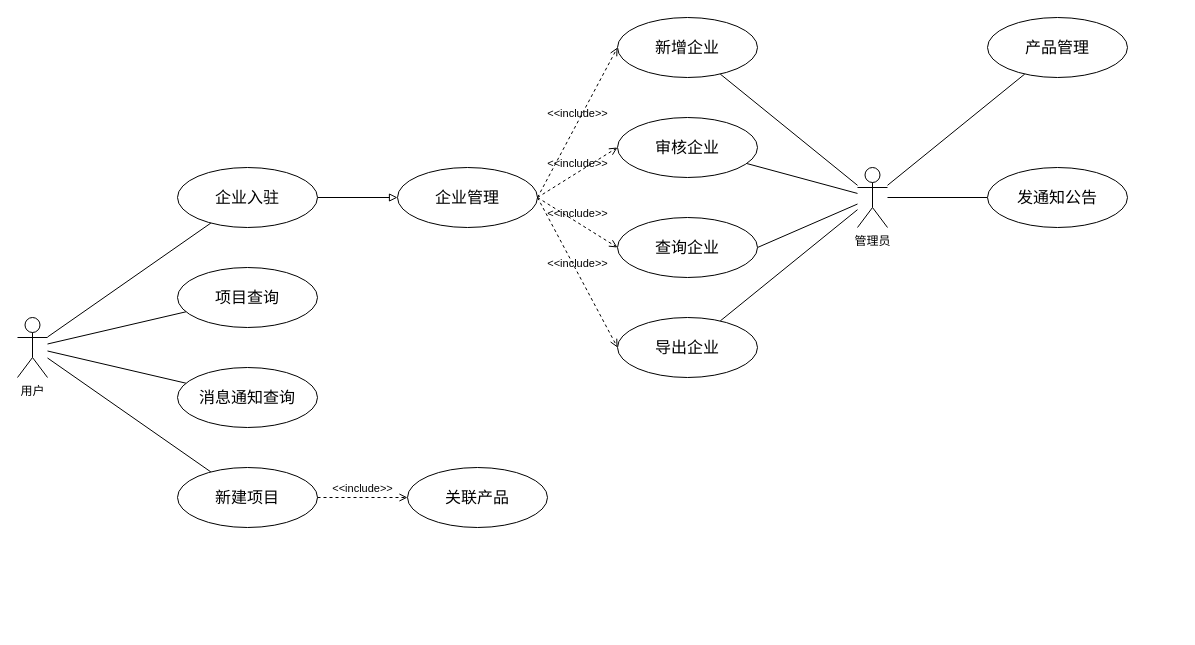
Qunz/drawio keeps this draw.io diagram as page "用例图" (2 of 3) of others/产品中心.drawio. Above is the earlier version. Source tidied: cells renumbered, new cells numbered last; positions are measured from the earlier drawing's top-left corner, leaving out a move shared by most shapes. Both pictures are drawn from the tidied source at 100%, with x=0, y=0 at pixel (17, 17).
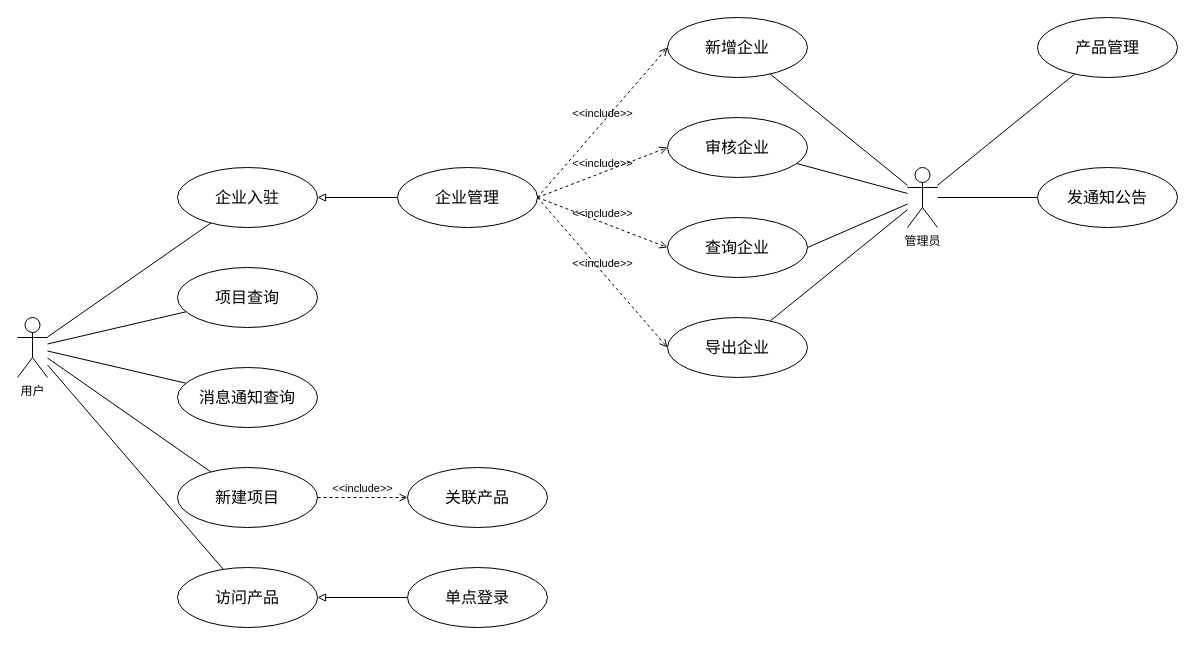
Above is the later version.

The change refers to these unchanged cells:
```xml
<mxCell id="3" value="企业入驻" style="ellipse;whiteSpace=wrap;html=1;fontSize=16;" parent="1" vertex="1">
  <mxGeometry x="160" y="150" width="140" height="60" as="geometry" />
</mxCell>
<mxCell id="8" value="用户" style="shape=umlActor;verticalLabelPosition=bottom;verticalAlign=top;html=1;" parent="1" vertex="1">
  <mxGeometry y="300" width="30" height="60" as="geometry" />
</mxCell>
<mxCell id="16" value="企业管理" style="ellipse;whiteSpace=wrap;html=1;fontSize=16;" parent="1" vertex="1">
  <mxGeometry x="380" y="150" width="140" height="60" as="geometry" />
</mxCell>
```

The edit, as a diff of the source:
```diff
@@
-    <mxCell id="2" style="edgeStyle=orthogonalEdgeStyle;rounded=0;jettySize=auto;html=1;endArrow=block;endFill=0;" parent="1" edge="1" source="3" target="16">
+    <mxCell id="2" style="edgeStyle=orthogonalEdgeStyle;rounded=0;jettySize=auto;html=1;endArrow=block;endFill=0;" parent="1" edge="1" source="16" target="3">
       <mxGeometry relative="1" as="geometry" />
     </mxCell>
@@
+    <mxCell id="32" style="rounded=0;jettySize=auto;html=1;endArrow=none;endFill=0;" parent="1" edge="1" source="8" target="33">
+      <mxGeometry relative="1" as="geometry" />
+    </mxCell>
@@
     <mxCell id="15" value="管理员" style="shape=umlActor;verticalLabelPosition=bottom;verticalAlign=top;html=1;" parent="1" vertex="1">
-      <mxGeometry x="840" y="150" width="30" height="60" as="geometry" />
+      <mxGeometry x="890" y="150" width="30" height="60" as="geometry" />
     </mxCell>
@@
     <mxCell id="17" value="新增企业" style="ellipse;whiteSpace=wrap;html=1;fontSize=16;" parent="1" vertex="1">
-      <mxGeometry x="600" width="140" height="60" as="geometry" />
+      <mxGeometry x="650" width="140" height="60" as="geometry" />
     </mxCell>
     <mxCell id="18" value="审核企业" style="ellipse;whiteSpace=wrap;html=1;fontSize=16;" parent="1" vertex="1">
-      <mxGeometry x="600" y="100" width="140" height="60" as="geometry" />
+      <mxGeometry x="650" y="100" width="140" height="60" as="geometry" />
     </mxCell>
     <mxCell id="19" value="查询企业" style="ellipse;whiteSpace=wrap;html=1;fontSize=16;" parent="1" vertex="1">
-      <mxGeometry x="600" y="200" width="140" height="60" as="geometry" />
+      <mxGeometry x="650" y="200" width="140" height="60" as="geometry" />
     </mxCell>
     <mxCell id="20" value="导出企业" style="ellipse;whiteSpace=wrap;html=1;fontSize=16;" parent="1" vertex="1">
-      <mxGeometry x="600" y="300" width="140" height="60" as="geometry" />
+      <mxGeometry x="650" y="300" width="140" height="60" as="geometry" />
     </mxCell>
@@
     <mxCell id="28" value="产品管理" style="ellipse;whiteSpace=wrap;html=1;fontSize=16;" parent="1" vertex="1">
-      <mxGeometry x="970" width="140" height="60" as="geometry" />
+      <mxGeometry x="1020" width="140" height="60" as="geometry" />
     </mxCell>
     <mxCell id="29" value="发通知公告" style="ellipse;whiteSpace=wrap;html=1;fontSize=16;" parent="1" vertex="1">
-      <mxGeometry x="970" y="150" width="140" height="60" as="geometry" />
+      <mxGeometry x="1020" y="150" width="140" height="60" as="geometry" />
     </mxCell>
@@
+    <mxCell id="33" value="访问产品" style="ellipse;whiteSpace=wrap;html=1;fontSize=16;" parent="1" vertex="1">
+      <mxGeometry x="160" y="550" width="140" height="60" as="geometry" />
+    </mxCell>
+    <mxCell id="34" value="单点登录" style="ellipse;whiteSpace=wrap;html=1;fontSize=16;" parent="1" vertex="1">
+      <mxGeometry x="390" y="550" width="140" height="60" as="geometry" />
+    </mxCell>
+    <mxCell id="35" style="edgeStyle=orthogonalEdgeStyle;rounded=0;jettySize=auto;html=1;endArrow=block;endFill=0;" parent="1" edge="1" source="34" target="33">
+      <mxGeometry relative="1" as="geometry" />
+    </mxCell>
```
